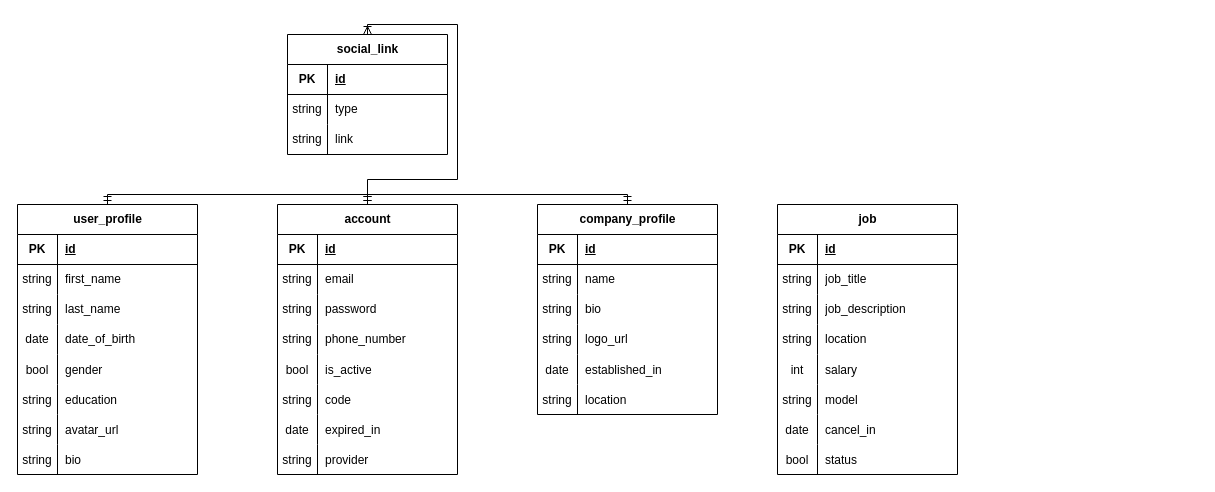
Above: database-diagram.drawio in CulesBao/pbl3-find-job-fe (draw.io), before the change. Source tidied: cells renumbered, new cells numbered last; positions are measured from the earlier drawing's top-left corner, leaving out a move shared by most shapes. Both pictures are drawn from the tidied source at 100%, with x=0, y=0 at pixel (17, 34).
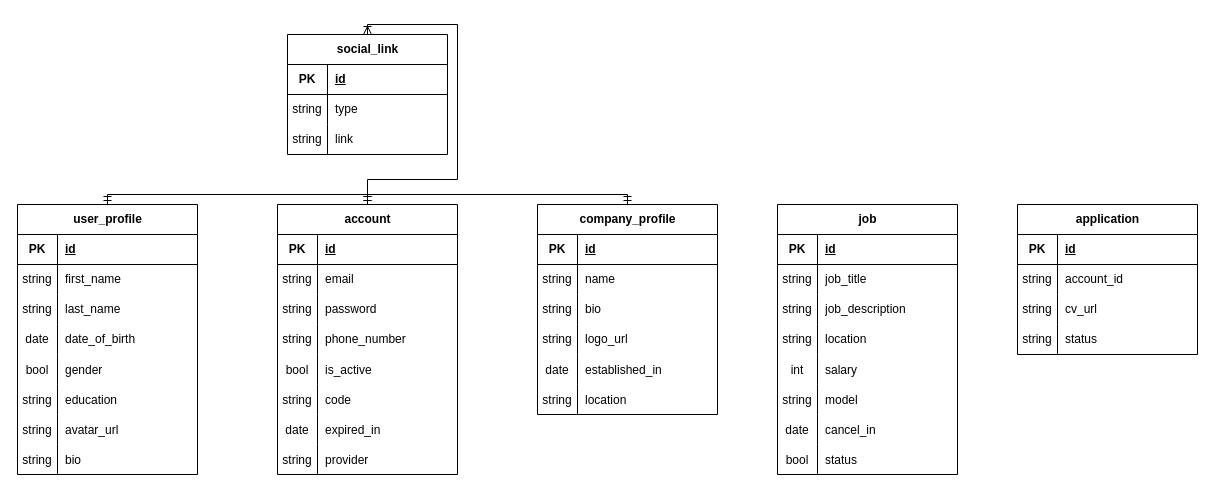
The same page after the edit.

Commit message:
feat: add 1 entity "application"

What changed in the source:
```diff
@@
+    <mxCell id="109" value="application" style="shape=table;startSize=30;childLayout=tableLayout;rowLines=0;fontStyle=1;align=center;html=1;" parent="1" vertex="1">
+      <mxGeometry x="1000" y="170" width="180" height="150" as="geometry" />
+    </mxCell>
+    <mxCell id="110" style="shape=tableRow;horizontal=0;startSize=0;swimlaneHead=0;swimlaneBody=0;fillColor=none;top=0;left=0;right=0;bottom=1;" parent="109" vertex="1">
+      <mxGeometry y="30" width="180" height="30" as="geometry" />
+    </mxCell>
+    <mxCell id="111" value="PK" style="shape=partialRectangle;fillColor=none;top=0;left=0;bottom=0;right=0;fontStyle=1;overflow=hidden;whiteSpace=wrap;html=1;" parent="110" vertex="1">
+      <mxGeometry width="40" height="30" as="geometry" />
+    </mxCell>
+    <mxCell id="112" value="id" style="shape=partialRectangle;fillColor=none;top=0;left=0;bottom=0;right=0;align=left;spacingLeft=6;fontStyle=5;overflow=hidden;whiteSpace=wrap;html=1;" parent="110" vertex="1">
+      <mxGeometry x="40" width="140" height="30" as="geometry" />
+    </mxCell>
+    <mxCell id="113" style="shape=tableRow;horizontal=0;startSize=0;swimlaneHead=0;swimlaneBody=0;fillColor=none;top=0;left=0;right=0;bottom=0;" parent="109" vertex="1">
+      <mxGeometry y="60" width="180" height="30" as="geometry" />
+    </mxCell>
+    <mxCell id="114" value="string" style="shape=partialRectangle;fillColor=none;top=0;left=0;bottom=0;right=0;overflow=hidden;whiteSpace=wrap;html=1;" parent="113" vertex="1">
+      <mxGeometry width="40" height="30" as="geometry" />
+    </mxCell>
+    <mxCell id="115" value="account_id" style="shape=partialRectangle;fillColor=none;top=0;left=0;bottom=0;right=0;align=left;spacingLeft=6;overflow=hidden;whiteSpace=wrap;html=1;" parent="113" vertex="1">
+      <mxGeometry x="40" width="140" height="30" as="geometry" />
+    </mxCell>
+    <mxCell id="116" style="shape=tableRow;horizontal=0;startSize=0;swimlaneHead=0;swimlaneBody=0;fillColor=none;top=0;left=0;right=0;bottom=0;" parent="109" vertex="1">
+      <mxGeometry y="90" width="180" height="30" as="geometry" />
+    </mxCell>
+    <mxCell id="117" value="string" style="shape=partialRectangle;fillColor=none;top=0;left=0;bottom=0;right=0;overflow=hidden;whiteSpace=wrap;html=1;" parent="116" vertex="1">
+      <mxGeometry width="40" height="30" as="geometry" />
+    </mxCell>
+    <mxCell id="118" value="cv_url" style="shape=partialRectangle;fillColor=none;top=0;left=0;bottom=0;right=0;align=left;spacingLeft=6;overflow=hidden;whiteSpace=wrap;html=1;" parent="116" vertex="1">
+      <mxGeometry x="40" width="140" height="30" as="geometry" />
+    </mxCell>
+    <mxCell id="119" style="shape=tableRow;horizontal=0;startSize=0;swimlaneHead=0;swimlaneBody=0;fillColor=none;top=0;left=0;right=0;bottom=0;" parent="109" vertex="1">
+      <mxGeometry y="120" width="180" height="30" as="geometry" />
+    </mxCell>
+    <mxCell id="120" value="string" style="shape=partialRectangle;fillColor=none;top=0;left=0;bottom=0;right=0;overflow=hidden;whiteSpace=wrap;html=1;" parent="119" vertex="1">
+      <mxGeometry width="40" height="30" as="geometry" />
+    </mxCell>
+    <mxCell id="121" value="status" style="shape=partialRectangle;fillColor=none;top=0;left=0;bottom=0;right=0;align=left;spacingLeft=6;overflow=hidden;whiteSpace=wrap;html=1;" parent="119" vertex="1">
+      <mxGeometry x="40" width="140" height="30" as="geometry" />
+    </mxCell>
```
